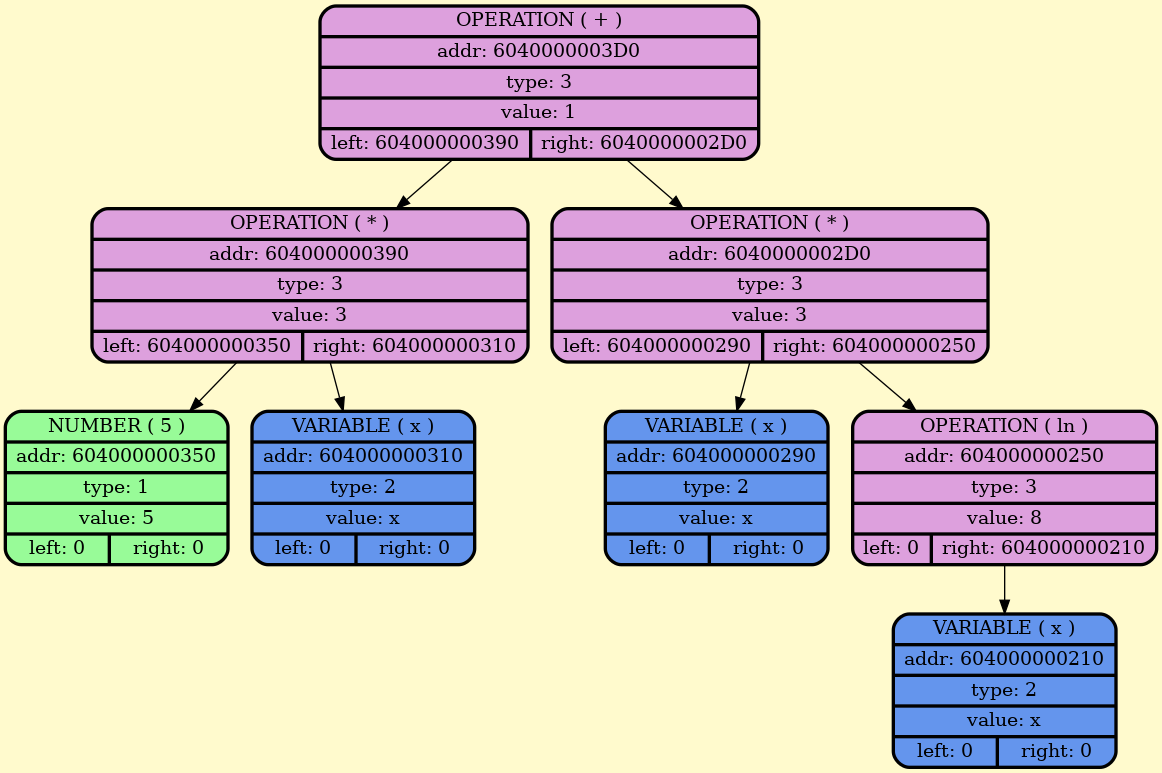
BulgakovDmitry/differentiator keeps this Graphviz diagram as dumpGraph/rootSimpl.png. Above is the earlier version. Its source is kept beside it as dumpGraph/rootSimpl.gv.
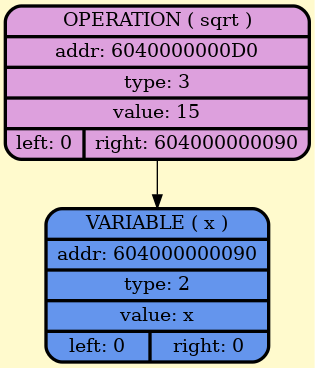
Later version of the same file.

Diff of the diagram source:
```diff
@@ -2,19 +2,7 @@
     node [style=filled, fontcolor=darkblue, fillcolor=peachpuff, color="#252A34", penwidth=2.5];
     bgcolor="lemonchiffon";
 
-node_0x6040000003d0 [shape=Mrecord; style = filled; fillcolor=plum; color = "#000000"; fontcolor = "#000000";label=" {OPERATION ( + ) | addr: 6040000003D0 | type: 3 | value: 1 | {left: 604000000390 | right: 6040000002D0}} "];
-node_0x604000000390 [shape=Mrecord; style = filled; fillcolor=plum; color = "#000000"; fontcolor = "#000000";label=" {OPERATION ( * ) | addr: 604000000390 | type: 3 | value: 3 | {left: 604000000350 | right: 604000000310}} "];
-    node_0x604000000350 [shape=Mrecord; style = filled; fillcolor = palegreen; color = "#000000"; fontcolor = "#000000";  label="  {NUMBER ( 5 )| addr: 604000000350 | type: 1| value: 5 | {left: 0 | right: 0}} "];
-    node_0x604000000310 [shape=Mrecord; style = filled; fillcolor = cornflowerblue; color = "#000000"; fontcolor = "#000000";  label="  {VARIABLE ( x )| addr: 604000000310 | type: 2| value: x | {left: 0 | right: 0}} "];
-node_0x6040000002d0 [shape=Mrecord; style = filled; fillcolor=plum; color = "#000000"; fontcolor = "#000000";label=" {OPERATION ( * ) | addr: 6040000002D0 | type: 3 | value: 3 | {left: 604000000290 | right: 604000000250}} "];
-    node_0x604000000290 [shape=Mrecord; style = filled; fillcolor = cornflowerblue; color = "#000000"; fontcolor = "#000000";  label="  {VARIABLE ( x )| addr: 604000000290 | type: 2| value: x | {left: 0 | right: 0}} "];
-node_0x604000000250 [shape=Mrecord; style = filled; fillcolor=plum; color = "#000000"; fontcolor = "#000000";label=" {OPERATION ( ln ) | addr: 604000000250 | type: 3 | value: 8 | {left: 0 | right: 604000000210}} "];
-    node_0x604000000210 [shape=Mrecord; style = filled; fillcolor = cornflowerblue; color = "#000000"; fontcolor = "#000000";  label="  {VARIABLE ( x )| addr: 604000000210 | type: 2| value: x | {left: 0 | right: 0}} "];
-    node_0x6040000003d0 -> node_0x604000000390;
-    node_0x604000000390 -> node_0x604000000350;
-    node_0x604000000390 -> node_0x604000000310;
-    node_0x6040000003d0 -> node_0x6040000002d0;
-    node_0x6040000002d0 -> node_0x604000000290;
-    node_0x6040000002d0 -> node_0x604000000250;
-    node_0x604000000250 -> node_0x604000000210;
+node_0x6040000000d0 [shape=Mrecord; style = filled; fillcolor=plum; color = "#000000"; fontcolor = "#000000";label=" {OPERATION ( sqrt ) | addr: 6040000000D0 | type: 3 | value: 15 | {left: 0 | right: 604000000090}} "];
+    node_0x604000000090 [shape=Mrecord; style = filled; fillcolor = cornflowerblue; color = "#000000"; fontcolor = "#000000";  label="  {VARIABLE ( x )| addr: 604000000090 | type: 2| value: x | {left: 0 | right: 0}} "];
+    node_0x6040000000d0 -> node_0x604000000090;
 }
```
